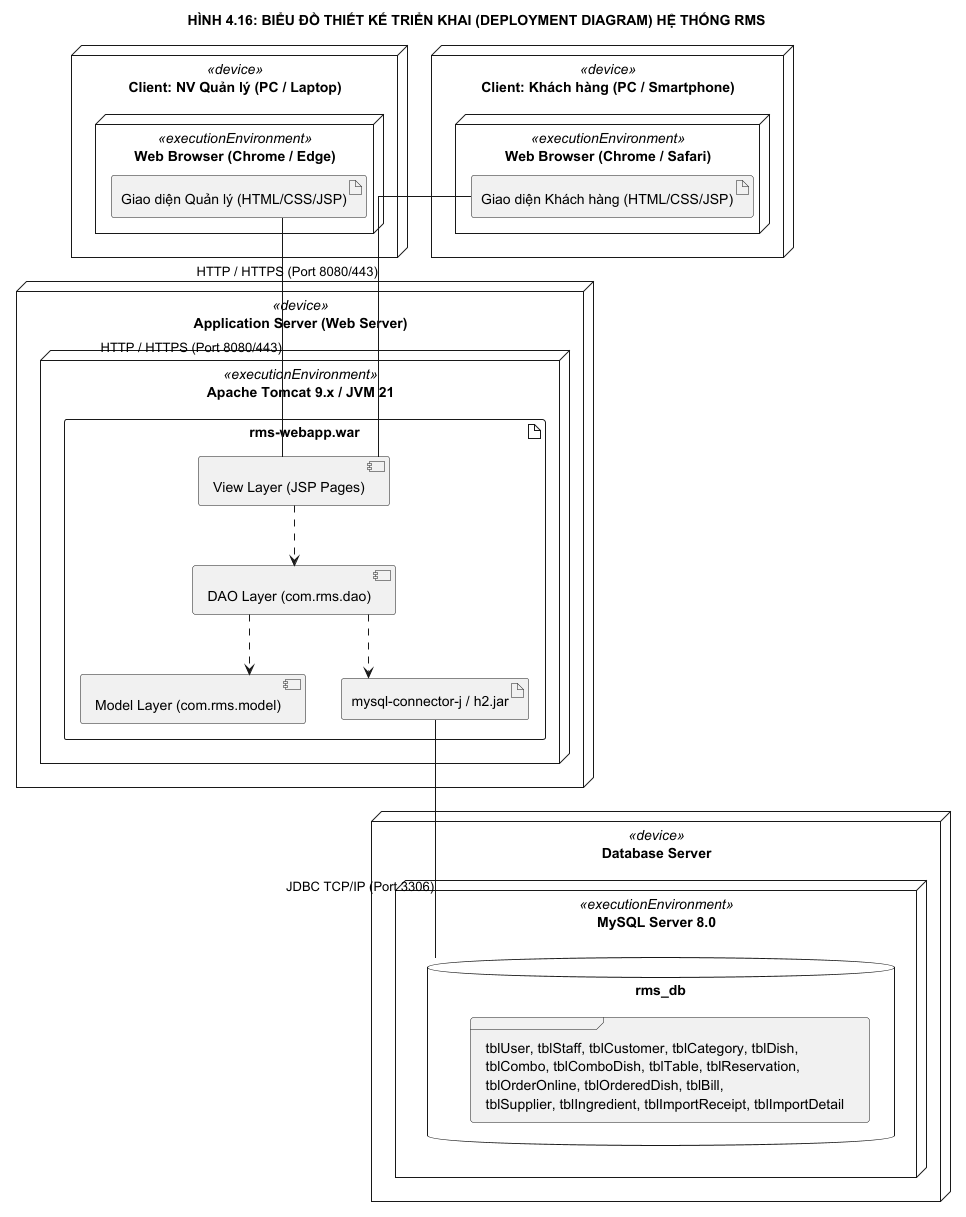
NEWBIE1005/RMS_RestaurantManagementSystem keeps this PlantUML diagram as docs/diagrams/Design_08_DeploymentDiagram.png. Above is the earlier version.
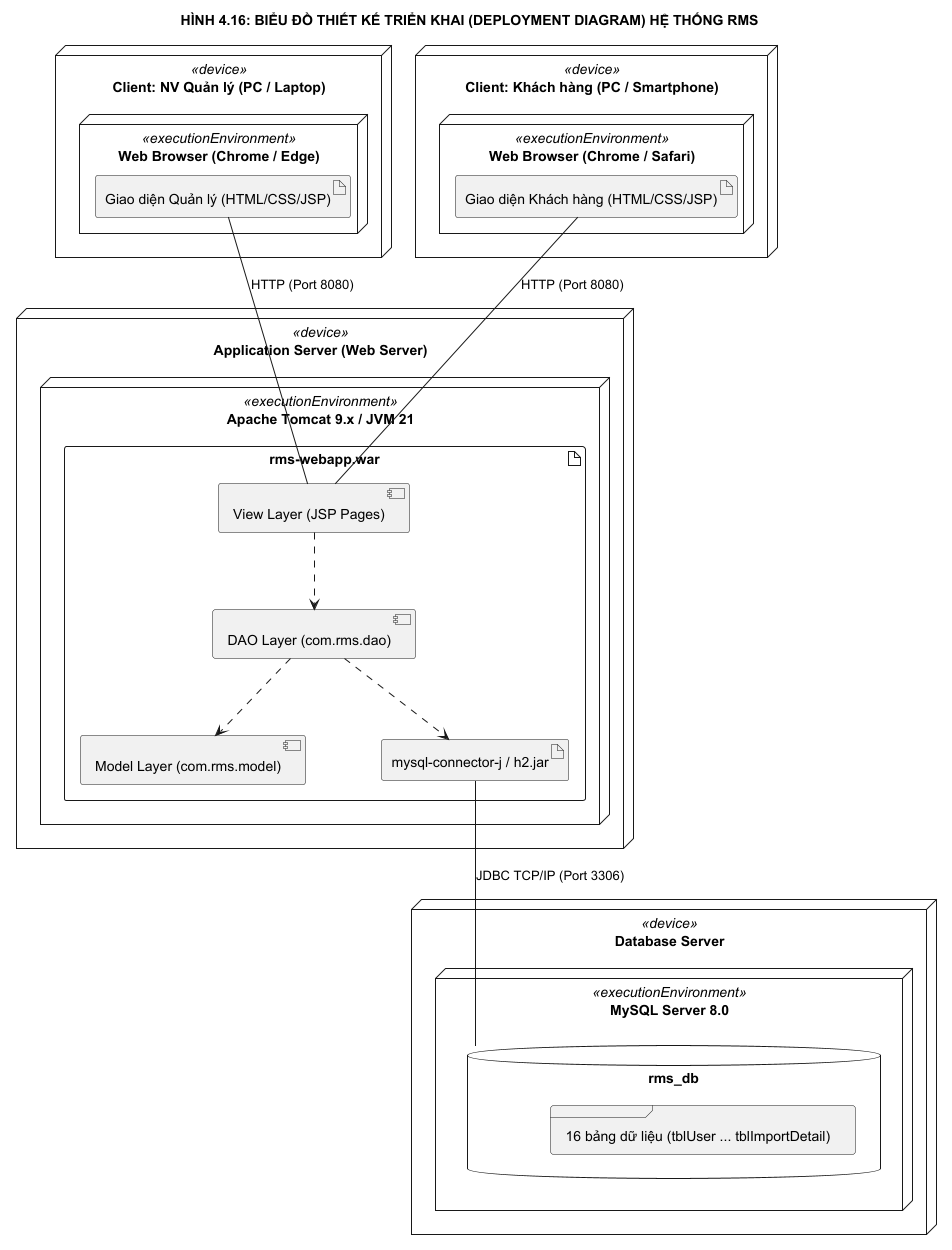
After the commit.

Diff of the diagram source:
```diff
@@ -1,7 +1,9 @@
 @startuml Design_08_DeploymentDiagram
 skinparam monochrome true
 skinparam shadowing false
-skinparam linetype ortho
+skinparam linetype polyline
+skinparam nodesep 75
+skinparam ranksep 75
 
 title HÌNH 4.16: BIỂU ĐỒ THIẾT KẾ TRIỂN KHAI (DEPLOYMENT DIAGRAM) HỆ THỐNG RMS
 
@@ -31,16 +33,16 @@
 node "Database Server" <<device>> {
     node "MySQL Server 8.0" <<executionEnvironment>> {
         database "rms_db" as DB {
-            frame "tblUser, tblStaff, tblCustomer, tblCategory, tblDish,\ntblCombo, tblComboDish, tblTable, tblReservation,\ntblOrderOnline, tblOrderedDish, tblBill,\ntblSupplier, tblIngredient, tblImportReceipt, tblImportDetail"
+            frame "16 bảng dữ liệu (tblUser ... tblImportDetail)"
         }
     }
 }
 
-UI_Mgr -- CompView : HTTP / HTTPS (Port 8080/443)
-UI_Cust -- CompView : HTTP / HTTPS (Port 8080/443)
+UI_Mgr -down- CompView : HTTP (Port 8080)
+UI_Cust -down- CompView : HTTP (Port 8080)
 CompView ..> CompDAO
 CompDAO ..> CompModel
 CompDAO ..> JDBC_Driver
-JDBC_Driver -- DB : JDBC TCP/IP (Port 3306)
+JDBC_Driver -down- DB : JDBC TCP/IP (Port 3306)
 
 @enduml
```
